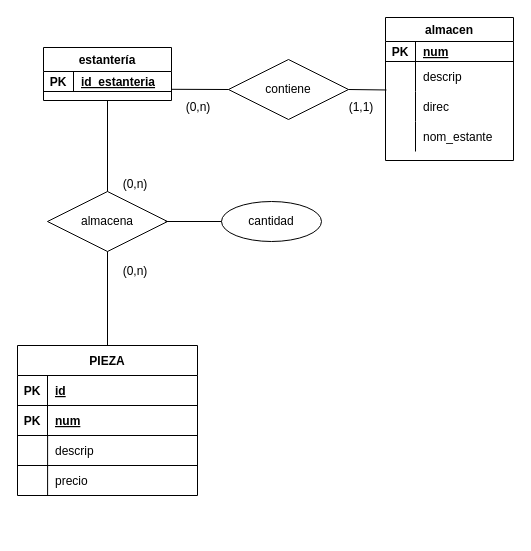
Earlier version of the draw.io diagram Ex5.drawio (JuanMarinG/TA12_MYSQL). Source tidied: cells renumbered, new cells numbered last; positions are measured from the earlier drawing's top-left corner, leaving out a move shared by most shapes. Both pictures are drawn from the tidied source at 100%, with x=0, y=0 at pixel (17, 17).
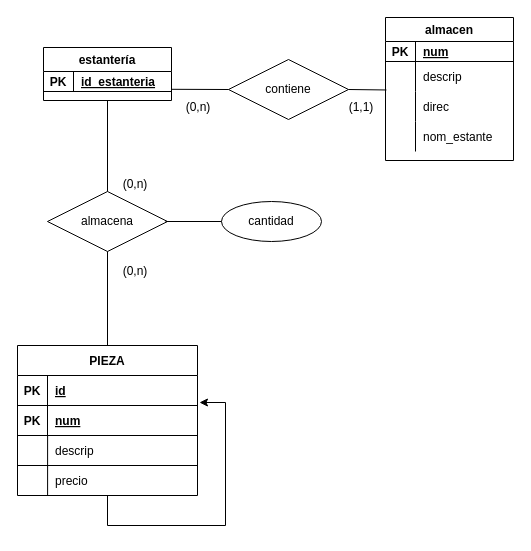
The same page after the edit.

Commit message:
relacion de pieza con pieza

Unchanged cells that the change refers to:
```xml
<mxCell id="2" value="PIEZA" style="shape=table;startSize=30;childLayout=tableLayout;rowLines=0;fontStyle=1;align=center;" parent="1" vertex="1">
  <mxGeometry y="328" width="180" height="150" as="geometry" />
</mxCell>
<mxCell id="3" style="shape=tableRow;horizontal=0;startSize=0;swimlaneHead=0;swimlaneBody=0;fillColor=none;points=[[0,0.5],[1,0.5]];portConstraint=eastwest;top=0;left=0;right=0;bottom=1;" parent="2" vertex="1">
  <mxGeometry y="30" width="180" height="30" as="geometry" />
</mxCell>
```

The edit, as a diff of the source:
```diff
@@
+    <mxCell id="44" style="edgeStyle=orthogonalEdgeStyle;rounded=0;jettySize=auto;html=1;entryX=1.011;entryY=0.9;entryDx=0;entryDy=0;entryPerimeter=0;" parent="2" edge="1" source="2" target="3">
+      <mxGeometry relative="1" as="geometry">
+        <Array as="points">
+          <mxPoint x="90" y="180" />
+          <mxPoint x="208" y="180" />
+          <mxPoint x="208" y="57" />
+        </Array>
+      </mxGeometry>
+    </mxCell>
```
